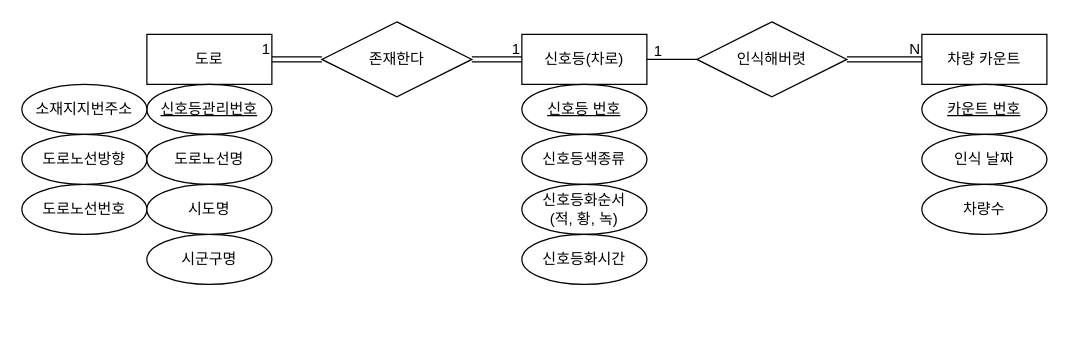
Before: 캡스톤 디자인/ERD/교통관리.drawio in Wjfjs/Capstone, a draw.io diagram. Source tidied: cells renumbered, new cells numbered last; positions are measured from the earlier drawing's top-left corner, leaving out a move shared by most shapes. Both pictures are drawn from the tidied source at 125%, with x=0, y=0 at pixel (21, 21).
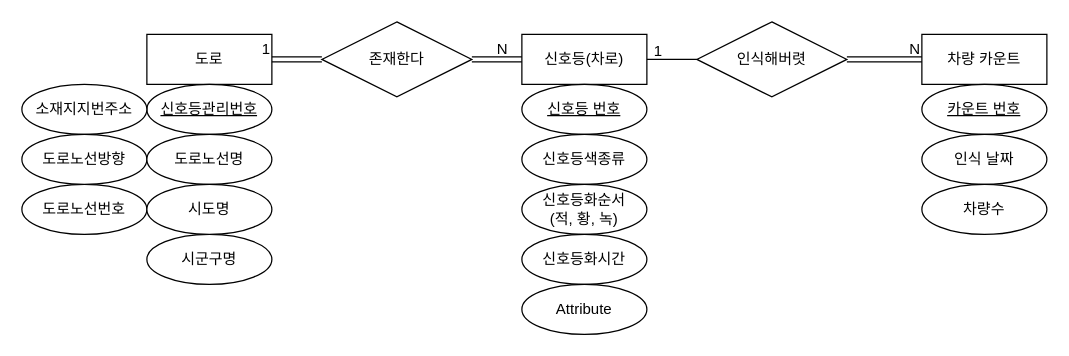
After the change.

Commit message:
교통관리.drawio 업데이트

The change refers to these unchanged cells:
```xml
<mxCell id="10" style="shape=link;html=1;rounded=0;entryX=0;entryY=0.5;entryDx=0;entryDy=0;exitX=1;exitY=0.5;exitDx=0;exitDy=0;" parent="1" edge="1" source="6" target="7">
  <mxGeometry relative="1" as="geometry" />
</mxCell>
```

Change to the diagram source:
```diff
@@
-    <mxCell id="11" value="1" style="html=1;whiteSpace=wrap;align=right;verticalAlign=bottom;" parent="10" vertex="1">
-      <mxGeometry x="1" relative="1" as="geometry" />
+    <mxCell id="11" value="N" style="html=1;whiteSpace=wrap;align=right;verticalAlign=bottom;" parent="10" vertex="1">
+      <mxGeometry x="1" relative="1" as="geometry">
+        <mxPoint x="-10" as="offset" />
+      </mxGeometry>
     </mxCell>
@@
+    <mxCell id="29" value="Attribute" style="ellipse;whiteSpace=wrap;html=1;align=center;" parent="1" vertex="1">
+      <mxGeometry x="400" y="210" width="100" height="40" as="geometry" />
+    </mxCell>
```
